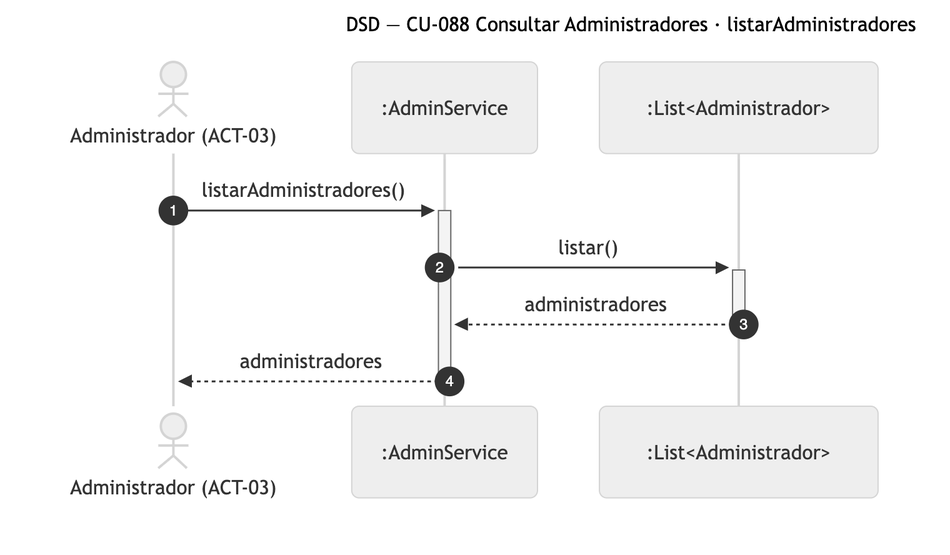
Above: diagramas/png/DSD_CU-088_listarAdministradores.png in Nahuelito-Dev/splg-docs (Mermaid), before the change. Its source is kept beside it as diagramas/DSD_CU-088_listarAdministradores.mmd. Source of this version:
```mermaid
sequenceDiagram
    title DSD — CU-088 Consultar Administradores · listarAdministradores
    autonumber
    actor ADM as Administrador (ACT-03)
    participant SRV as :AdminService
    participant LST as :List#lt;Administrador#gt;

    ADM->>+SRV: listarAdministradores()
    SRV->>+LST: listar()
    LST-->>-SRV: administradores
    SRV-->>-ADM: administradores
```
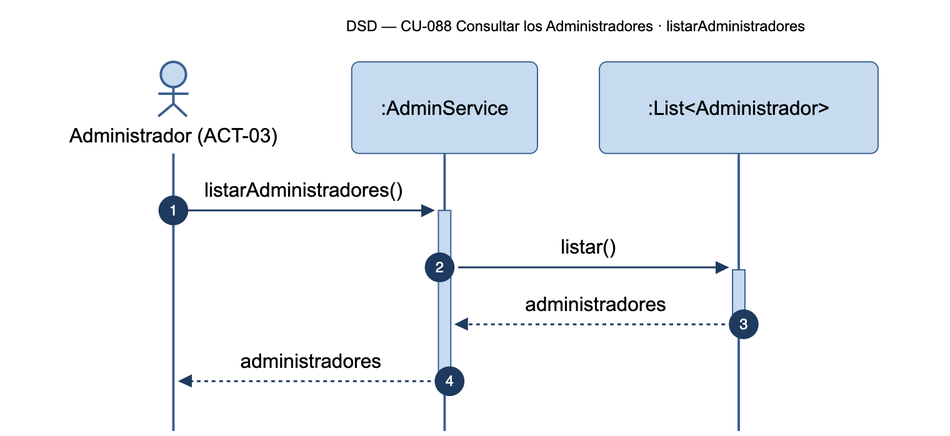
Above is the later version.

The edit, as a diff of the source:
```diff
@@ -1,5 +1,5 @@
 sequenceDiagram
-    title DSD — CU-088 Consultar Administradores · listarAdministradores
+    title DSD — CU-088 Consultar los Administradores · listarAdministradores
     autonumber
     actor ADM as Administrador (ACT-03)
     participant SRV as :AdminService
```
